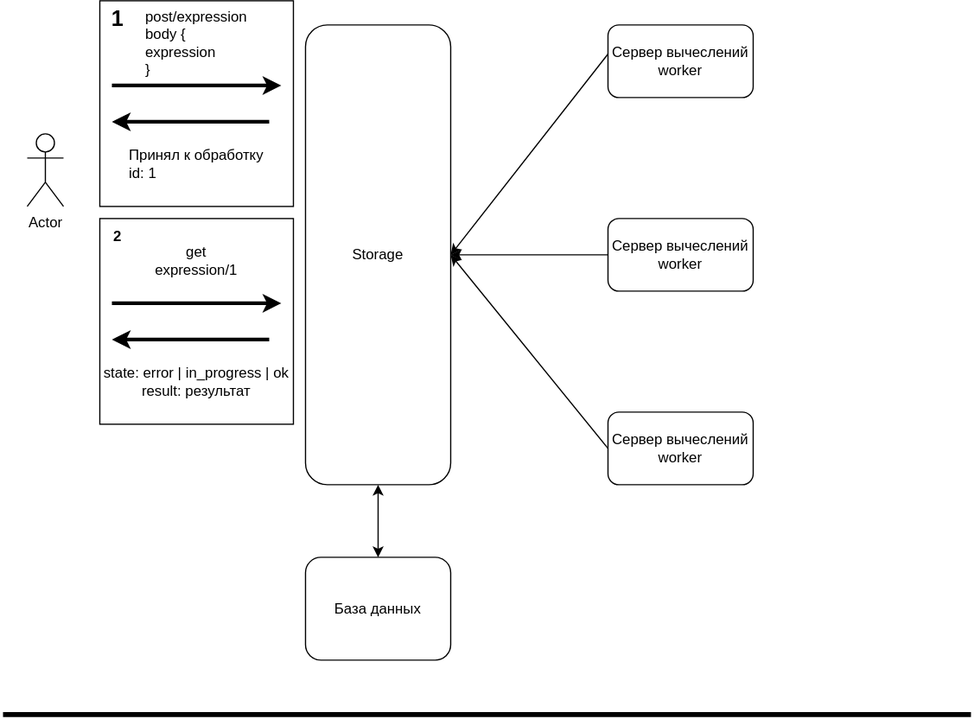
This is Sprint-02/16/Схема вычислителя.drawio.svg from DmitriySolopenkov/go-yandex-lyceum, a draw.io export, as it was before one commit. Source tidied: cells renumbered, new cells last; positions are measured from the earlier drawing's top-left corner, leaving out a move shared by most shapes.
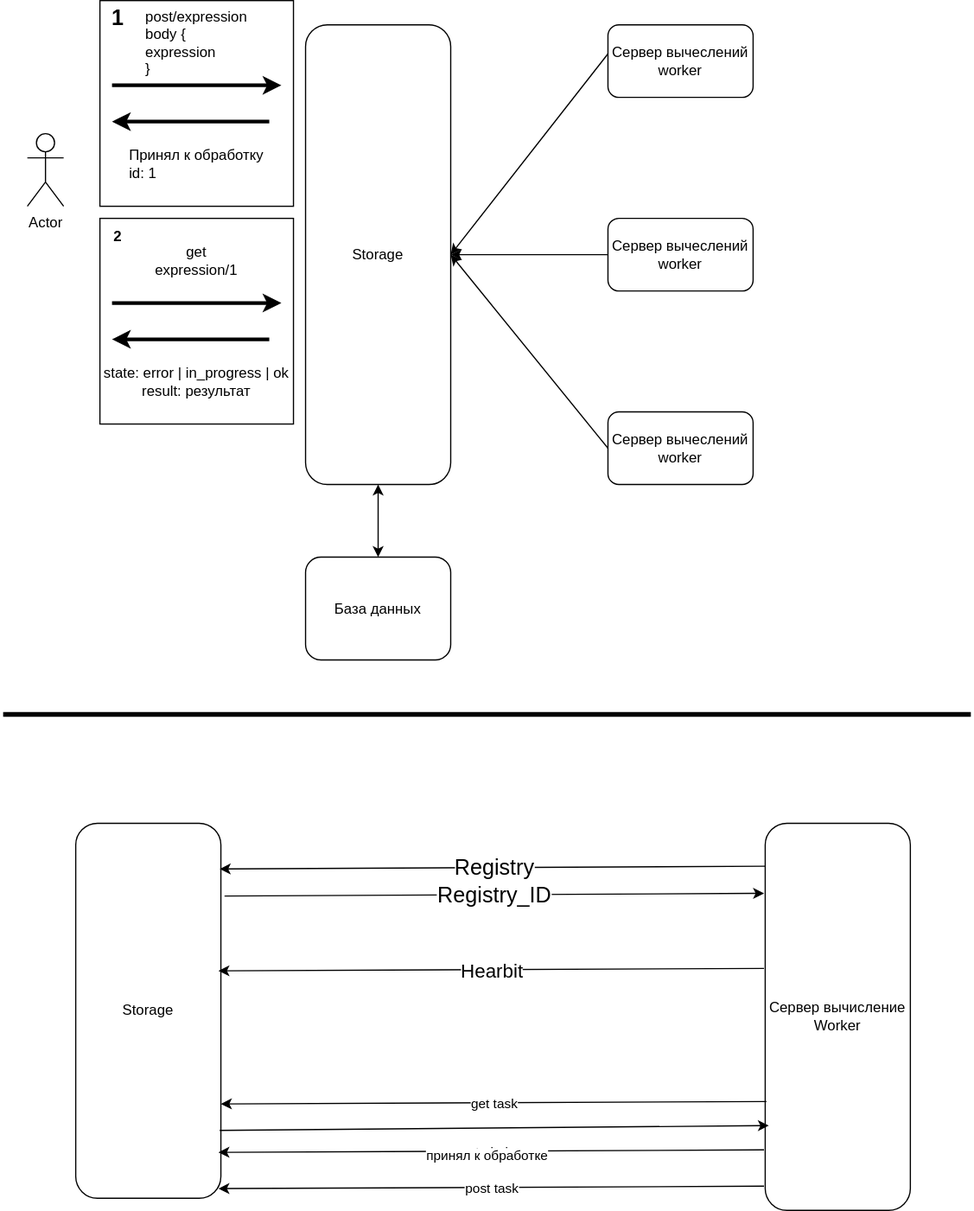
Later version of the same file.

Diff of the diagram source:
```diff
@@ -94,5 +94,80 @@
         <mxPoint x="800" y="590" as="targetPoint" />
       </mxGeometry>
     </mxCell>
+    <mxCell id="27" value="Storage" style="rounded=1;whiteSpace=wrap;html=1;" parent="1" vertex="1">
+      <mxGeometry x="60" y="680" width="120" height="310" as="geometry" />
+    </mxCell>
+    <mxCell id="28" value="&lt;div&gt;Сервер вычисление&lt;/div&gt;&lt;div&gt;Worker&lt;br&gt;&lt;/div&gt;" style="rounded=1;whiteSpace=wrap;html=1;" parent="1" vertex="1">
+      <mxGeometry x="630" y="680" width="120" height="320" as="geometry" />
+    </mxCell>
+    <mxCell id="29" style="endArrow=classic;html=1;rounded=0;exitX=0;exitY=0.111;exitDx=0;exitDy=0;exitPerimeter=0;entryX=0.992;entryY=0.122;entryDx=0;entryDy=0;entryPerimeter=0;" parent="1" edge="1" source="28" target="27">
+      <mxGeometry relative="1" as="geometry" />
+    </mxCell>
+    <mxCell id="30" value="Label" style="edgeLabel;html=1;align=center;verticalAlign=middle;" parent="29" vertex="1">
+      <mxGeometry relative="1" as="geometry" />
+    </mxCell>
+    <mxCell id="31" value="&lt;font style=&quot;font-size: 18px;&quot;&gt;Registry&lt;/font&gt;" style="edgeLabel;html=1;align=center;verticalAlign=middle;" parent="29" vertex="1">
+      <mxGeometry relative="1" as="geometry" />
+    </mxCell>
+    <mxCell id="32" style="endArrow=classic;html=1;rounded=0;exitX=1.025;exitY=0.194;exitDx=0;exitDy=0;exitPerimeter=0;entryX=-0.008;entryY=0.181;entryDx=0;entryDy=0;entryPerimeter=0;" parent="1" edge="1" source="27" target="28">
+      <mxGeometry relative="1" as="geometry" />
+    </mxCell>
+    <mxCell id="33" value="Label" style="edgeLabel;html=1;align=center;verticalAlign=middle;" parent="32" vertex="1">
+      <mxGeometry relative="1" as="geometry" />
+    </mxCell>
+    <mxCell id="34" value="&lt;font style=&quot;font-size: 18px;&quot;&gt;Registry_ID&lt;/font&gt;" style="edgeLabel;html=1;align=center;verticalAlign=middle;" parent="32" vertex="1">
+      <mxGeometry relative="1" as="geometry" />
+    </mxCell>
+    <mxCell id="35" style="endArrow=classic;html=1;rounded=0;exitX=0;exitY=0.111;exitDx=0;exitDy=0;exitPerimeter=0;entryX=0.992;entryY=0.122;entryDx=0;entryDy=0;entryPerimeter=0;" parent="1" edge="1">
+      <mxGeometry relative="1" as="geometry">
+        <mxPoint x="629" y="800" as="sourcePoint" />
+        <mxPoint x="178" y="802" as="targetPoint" />
+      </mxGeometry>
+    </mxCell>
+    <mxCell id="36" value="Label" style="edgeLabel;html=1;align=center;verticalAlign=middle;" parent="35" vertex="1">
+      <mxGeometry relative="1" as="geometry" />
+    </mxCell>
+    <mxCell id="37" value="&lt;font style=&quot;font-size: 16px;&quot;&gt;Hearbit&lt;/font&gt;" style="edgeLabel;html=1;align=center;verticalAlign=middle;" parent="35" vertex="1">
+      <mxGeometry relative="1" as="geometry" />
+    </mxCell>
+    <mxCell id="38" style="endArrow=classic;html=1;rounded=0;exitX=0;exitY=0.111;exitDx=0;exitDy=0;exitPerimeter=0;entryX=0.992;entryY=0.122;entryDx=0;entryDy=0;entryPerimeter=0;" parent="1" edge="1">
+      <mxGeometry relative="1" as="geometry">
+        <mxPoint x="631" y="910" as="sourcePoint" />
+        <mxPoint x="180" y="912" as="targetPoint" />
+      </mxGeometry>
+    </mxCell>
+    <mxCell id="39" value="Label" style="edgeLabel;html=1;align=center;verticalAlign=middle;" parent="38" vertex="1">
+      <mxGeometry relative="1" as="geometry" />
+    </mxCell>
+    <mxCell id="40" value="get task" style="edgeLabel;html=1;align=center;verticalAlign=middle;" parent="38" vertex="1">
+      <mxGeometry relative="1" as="geometry" />
+    </mxCell>
+    <mxCell id="41" style="endArrow=classic;html=1;rounded=0;exitX=0.992;exitY=0.819;exitDx=0;exitDy=0;exitPerimeter=0;entryX=0.025;entryY=0.781;entryDx=0;entryDy=0;entryPerimeter=0;" parent="1" edge="1" source="27" target="28">
+      <mxGeometry relative="1" as="geometry" />
+    </mxCell>
+    <mxCell id="42" style="endArrow=classic;html=1;rounded=0;exitX=0;exitY=0.111;exitDx=0;exitDy=0;exitPerimeter=0;entryX=0.992;entryY=0.122;entryDx=0;entryDy=0;entryPerimeter=0;" parent="1" edge="1">
+      <mxGeometry relative="1" as="geometry">
+        <mxPoint x="629" y="950" as="sourcePoint" />
+        <mxPoint x="178" y="952" as="targetPoint" />
+      </mxGeometry>
+    </mxCell>
+    <mxCell id="43" value="Label" style="edgeLabel;html=1;align=center;verticalAlign=middle;" parent="42" vertex="1">
+      <mxGeometry relative="1" as="geometry" />
+    </mxCell>
+    <mxCell id="44" value="принял к обработке" style="edgeLabel;html=1;align=center;verticalAlign=middle;" parent="42" vertex="1">
+      <mxGeometry x="0.02" y="3" relative="1" as="geometry" />
+    </mxCell>
+    <mxCell id="45" style="endArrow=classic;html=1;rounded=0;exitX=0;exitY=0.111;exitDx=0;exitDy=0;exitPerimeter=0;entryX=0.992;entryY=0.122;entryDx=0;entryDy=0;entryPerimeter=0;" parent="1" edge="1">
+      <mxGeometry relative="1" as="geometry">
+        <mxPoint x="629" y="980" as="sourcePoint" />
+        <mxPoint x="178" y="982" as="targetPoint" />
+      </mxGeometry>
+    </mxCell>
+    <mxCell id="46" value="Label" style="edgeLabel;html=1;align=center;verticalAlign=middle;" parent="45" vertex="1">
+      <mxGeometry relative="1" as="geometry" />
+    </mxCell>
+    <mxCell id="47" value="post task" style="edgeLabel;html=1;align=center;verticalAlign=middle;" parent="45" vertex="1">
+      <mxGeometry relative="1" as="geometry" />
+    </mxCell>
   </root>
 </mxGraphModel>
```
